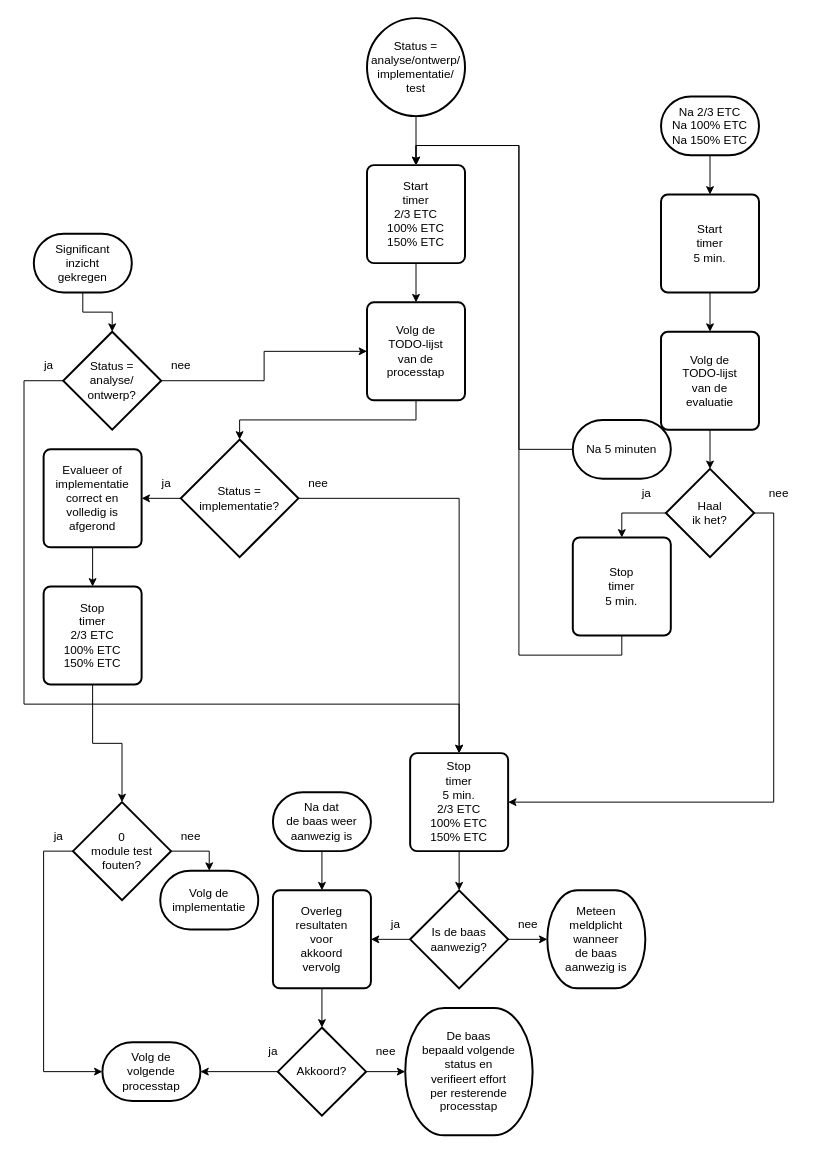
Earlier version of the draw.io diagram 2 Issue Tracker tijdtriggers.drawio (Zaibatsu89/IssueTracker). Source tidied: cells renumbered, new cells numbered last; positions are measured from the earlier drawing's top-left corner, leaving out a move shared by most shapes. Both pictures are drawn from the tidied source at 98%, with x=0, y=0 at pixel (24, 18).
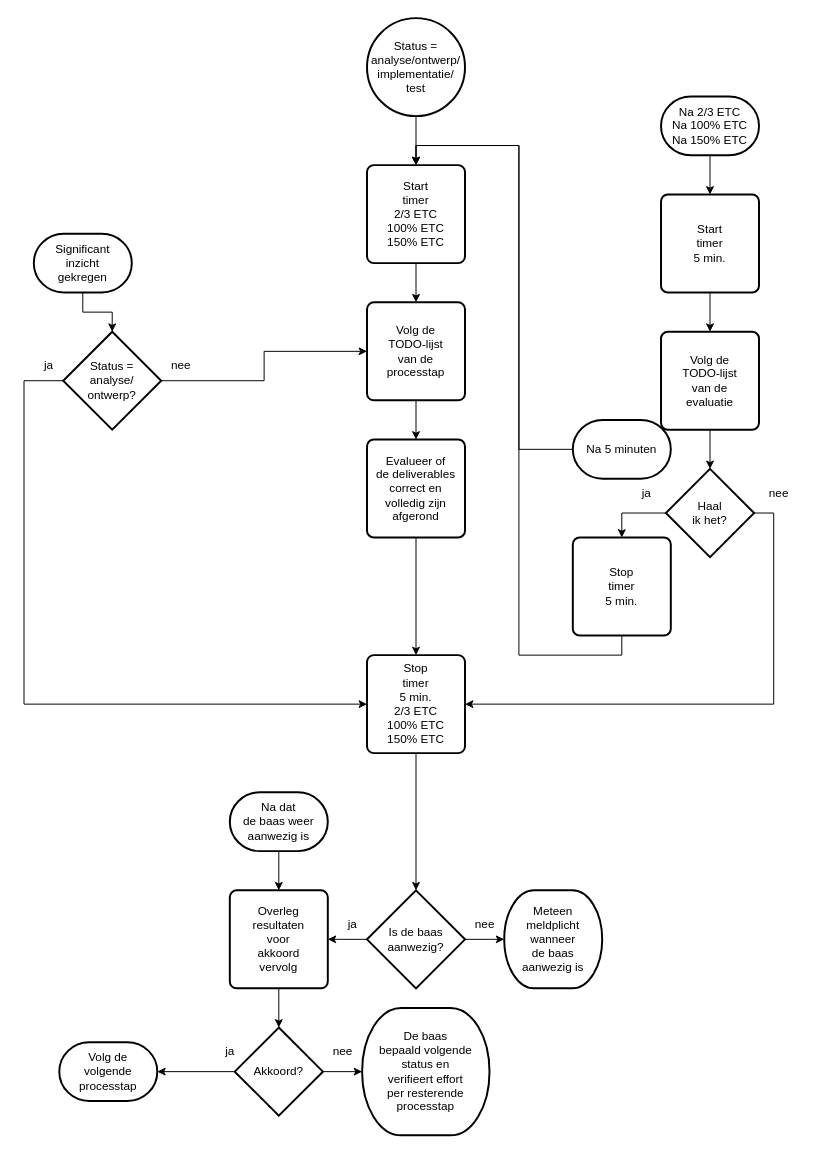
The same diagram, later.

Commit message:
implementatie check eruit -> altijd checken

The change refers to these unchanged cells:
```xml
<mxCell id="6" value="Volg de&lt;br&gt;TODO-lijst&lt;br&gt;van de&lt;br&gt;processtap" style="rounded=1;whiteSpace=wrap;html=1;absoluteArcSize=1;arcSize=14;strokeWidth=2;" parent="1" vertex="1">
  <mxGeometry x="350" y="290" width="100" height="100" as="geometry" />
</mxCell>
<mxCell id="45" value="Status =&lt;br&gt;analyse/&lt;br&gt;ontwerp?" style="strokeWidth=2;html=1;shape=mxgraph.flowchart.decision;whiteSpace=wrap;" parent="1" vertex="1">
  <mxGeometry x="40" y="320" width="100" height="100" as="geometry" />
</mxCell>
```

Diff of the diagram source:
```diff
@@
+    <mxCell id="66" style="edgeStyle=orthogonalEdgeStyle;rounded=0;jettySize=auto;html=1;entryX=0.5;entryY=0;entryDx=0;entryDy=0;" parent="1" edge="1" source="6" target="50">
+      <mxGeometry relative="1" as="geometry" />
+    </mxCell>
@@
     <mxCell id="7" value="Akkoord?" style="strokeWidth=2;html=1;shape=mxgraph.flowchart.decision;whiteSpace=wrap;" parent="1" vertex="1">
-      <mxGeometry x="259" y="1030" width="90" height="90" as="geometry" />
+      <mxGeometry x="215" y="1030" width="90" height="90" as="geometry" />
     </mxCell>
     <mxCell id="8" value="ja" style="text;html=1;align=center;verticalAlign=middle;strokeColor=none;fillColor=none;" parent="1" vertex="1">
-      <mxGeometry x="239" y="1040" width="30" height="30" as="geometry" />
+      <mxGeometry x="195" y="1040" width="30" height="30" as="geometry" />
     </mxCell>
     <mxCell id="9" value="Volg de&lt;br&gt;volgende&lt;br&gt;processtap" style="strokeWidth=2;html=1;shape=mxgraph.flowchart.terminator;whiteSpace=wrap;" parent="1" vertex="1">
-      <mxGeometry x="80" y="1045" width="100" height="60" as="geometry" />
+      <mxGeometry x="36" y="1045" width="100" height="60" as="geometry" />
     </mxCell>
     <mxCell id="10" value="De baas&lt;br&gt;bepaald volgende&lt;br&gt;status en&lt;br&gt;verifieert effort&lt;br&gt;per resterende&lt;br&gt;processtap" style="strokeWidth=2;html=1;shape=mxgraph.flowchart.terminator;whiteSpace=wrap;" parent="1" vertex="1">
-      <mxGeometry x="389" y="1010" width="130" height="130" as="geometry" />
+      <mxGeometry x="345" y="1010" width="130" height="130" as="geometry" />
     </mxCell>
     <mxCell id="11" value="nee" style="text;html=1;align=center;verticalAlign=middle;strokeColor=none;fillColor=none;" parent="1" vertex="1">
-      <mxGeometry x="349" y="1040" width="40" height="30" as="geometry" />
+      <mxGeometry x="305" y="1040" width="40" height="30" as="geometry" />
     </mxCell>
@@
     <mxCell id="17" value="Stop&lt;br&gt;timer&lt;br&gt;5 min.&lt;br&gt;2/3 ETC&lt;br&gt;100% ETC&lt;br&gt;150% ETC" style="rounded=1;whiteSpace=wrap;html=1;absoluteArcSize=1;arcSize=14;strokeWidth=2;" parent="1" vertex="1">
-      <mxGeometry x="394" y="750" width="100" height="100" as="geometry" />
+      <mxGeometry x="350" y="650" width="100" height="100" as="geometry" />
     </mxCell>
@@
     <mxCell id="33" value="Is de baas&lt;br&gt;aanwezig?" style="strokeWidth=2;html=1;shape=mxgraph.flowchart.decision;whiteSpace=wrap;" parent="1" vertex="1">
-      <mxGeometry x="394" y="890" width="100" height="100" as="geometry" />
+      <mxGeometry x="350" y="890" width="100" height="100" as="geometry" />
     </mxCell>
     <mxCell id="34" value="Meteen&lt;br&gt;meldplicht&lt;br&gt;wanneer&lt;br&gt;de baas&lt;br&gt;aanwezig is" style="strokeWidth=2;html=1;shape=mxgraph.flowchart.terminator;whiteSpace=wrap;" parent="1" vertex="1">
-      <mxGeometry x="534" y="890" width="100" height="100" as="geometry" />
+      <mxGeometry x="490" y="890" width="100" height="100" as="geometry" />
     </mxCell>
     <mxCell id="35" value="ja" style="text;html=1;align=center;verticalAlign=middle;strokeColor=none;fillColor=none;" parent="1" vertex="1">
-      <mxGeometry x="364" y="910" width="30" height="30" as="geometry" />
+      <mxGeometry x="320" y="910" width="30" height="30" as="geometry" />
     </mxCell>
     <mxCell id="36" value="nee" style="text;html=1;align=center;verticalAlign=middle;strokeColor=none;fillColor=none;" parent="1" vertex="1">
-      <mxGeometry x="494" y="910" width="40" height="30" as="geometry" />
+      <mxGeometry x="450" y="910" width="40" height="30" as="geometry" />
     </mxCell>
@@
     <mxCell id="38" value="Na dat&lt;br&gt;de baas weer aanwezig is" style="strokeWidth=2;html=1;shape=mxgraph.flowchart.terminator;whiteSpace=wrap;" parent="1" vertex="1">
-      <mxGeometry x="254" y="790" width="100" height="60" as="geometry" />
+      <mxGeometry x="210" y="790" width="100" height="60" as="geometry" />
     </mxCell>
     <mxCell id="39" value="Overleg&lt;div&gt;resultaten&lt;/div&gt;&lt;div&gt;voor&lt;/div&gt;&lt;div&gt;akkoord&lt;/div&gt;&lt;div&gt;vervolg&lt;/div&gt;" style="rounded=1;whiteSpace=wrap;html=1;absoluteArcSize=1;arcSize=14;strokeWidth=2;" parent="1" vertex="1">
-      <mxGeometry x="254" y="890" width="100" height="100" as="geometry" />
+      <mxGeometry x="210" y="890" width="100" height="100" as="geometry" />
     </mxCell>
@@
-    <mxCell id="44" style="edgeStyle=orthogonalEdgeStyle;rounded=0;jettySize=auto;html=1;exitX=0;exitY=0.5;exitDx=0;exitDy=0;exitPerimeter=0;entryX=0.5;entryY=0;entryDx=0;entryDy=0;" parent="1" edge="1" source="45" target="17">
+    <mxCell id="44" style="edgeStyle=orthogonalEdgeStyle;rounded=0;jettySize=auto;html=1;exitX=0;exitY=0.5;exitDx=0;exitDy=0;exitPerimeter=0;entryX=0;entryY=0.5;entryDx=0;entryDy=0;" parent="1" edge="1" source="45" target="17">
       <mxGeometry relative="1" as="geometry">
         <Array as="points">
           <mxPoint y="370" />
           <mxPoint y="700" />
-          <mxPoint x="444" y="700" />
         </Array>
       </mxGeometry>
     </mxCell>
@@
-    <mxCell id="49" style="edgeStyle=orthogonalEdgeStyle;rounded=0;jettySize=auto;html=1;" parent="1" edge="1" source="50" target="62">
-      <mxGeometry relative="1" as="geometry" />
-    </mxCell>
+    <mxCell id="67" style="edgeStyle=orthogonalEdgeStyle;rounded=0;jettySize=auto;html=1;entryX=0.5;entryY=0;entryDx=0;entryDy=0;" parent="1" edge="1" source="50" target="17">
+      <mxGeometry relative="1" as="geometry" />
+    </mxCell>
-    <mxCell id="50" value="Evalueer of&lt;br&gt;implementatie&lt;br&gt;correct en&lt;br&gt;volledig is&lt;br&gt;afgerond" style="rounded=1;whiteSpace=wrap;html=1;absoluteArcSize=1;arcSize=14;strokeWidth=2;" parent="1" vertex="1">
-      <mxGeometry x="20" y="440" width="100" height="100" as="geometry" />
+    <mxCell id="50" value="Evalueer of&lt;br&gt;de deliverables&lt;br&gt;correct en&lt;br&gt;volledig zijn&lt;br&gt;afgerond" style="rounded=1;whiteSpace=wrap;html=1;absoluteArcSize=1;arcSize=14;strokeWidth=2;" parent="1" vertex="1">
+      <mxGeometry x="350" y="430" width="100" height="100" as="geometry" />
     </mxCell>
-    <mxCell id="51" style="edgeStyle=orthogonalEdgeStyle;rounded=0;jettySize=auto;html=1;exitX=1;exitY=0.5;exitDx=0;exitDy=0;exitPerimeter=0;" parent="1" edge="1" source="52" target="61">
-      <mxGeometry relative="1" as="geometry" />
-    </mxCell>
-    <mxCell id="52" value="0&lt;br&gt;module test&lt;br&gt;fouten?" style="strokeWidth=2;html=1;shape=mxgraph.flowchart.decision;whiteSpace=wrap;" parent="1" vertex="1">
-      <mxGeometry x="50" y="800" width="100" height="100" as="geometry" />
-    </mxCell>
-    <mxCell id="53" style="edgeStyle=orthogonalEdgeStyle;rounded=0;jettySize=auto;html=1;entryX=0;entryY=0.5;entryDx=0;entryDy=0;entryPerimeter=0;exitX=0;exitY=0.5;exitDx=0;exitDy=0;exitPerimeter=0;" parent="1" edge="1" source="52" target="9">
-      <mxGeometry relative="1" as="geometry">
-        <Array as="points">
-          <mxPoint x="20" y="850" />
-          <mxPoint x="20" y="1075" />
-        </Array>
-      </mxGeometry>
-    </mxCell>
-    <mxCell id="54" value="ja" style="text;html=1;align=center;verticalAlign=middle;strokeColor=none;fillColor=none;" parent="1" vertex="1">
-      <mxGeometry x="20" y="820" width="30" height="30" as="geometry" />
-    </mxCell>
-    <mxCell id="55" value="nee" style="text;html=1;align=center;verticalAlign=middle;strokeColor=none;fillColor=none;" parent="1" vertex="1">
-      <mxGeometry x="150" y="820" width="40" height="30" as="geometry" />
-    </mxCell>
-    <mxCell id="56" style="edgeStyle=orthogonalEdgeStyle;rounded=0;jettySize=auto;html=1;exitX=0;exitY=0.5;exitDx=0;exitDy=0;exitPerimeter=0;entryX=1;entryY=0.5;entryDx=0;entryDy=0;" parent="1" edge="1" source="58" target="50">
-      <mxGeometry relative="1" as="geometry" />
-    </mxCell>
-    <mxCell id="57" style="edgeStyle=orthogonalEdgeStyle;rounded=0;jettySize=auto;html=1;exitX=1;exitY=0.5;exitDx=0;exitDy=0;exitPerimeter=0;entryX=0.5;entryY=0;entryDx=0;entryDy=0;" parent="1" edge="1" source="58" target="17">
-      <mxGeometry relative="1" as="geometry" />
-    </mxCell>
-    <mxCell id="58" value="Status =&lt;br&gt;implementatie?" style="strokeWidth=2;html=1;shape=mxgraph.flowchart.decision;whiteSpace=wrap;" parent="1" vertex="1">
-      <mxGeometry x="160" y="430" width="120" height="120" as="geometry" />
-    </mxCell>
-    <mxCell id="59" value="nee" style="text;html=1;align=center;verticalAlign=middle;strokeColor=none;fillColor=none;" parent="1" vertex="1">
-      <mxGeometry x="280" y="460" width="40" height="30" as="geometry" />
-    </mxCell>
-    <mxCell id="60" value="ja" style="text;html=1;align=center;verticalAlign=middle;strokeColor=none;fillColor=none;" parent="1" vertex="1">
-      <mxGeometry x="130" y="460" width="30" height="30" as="geometry" />
-    </mxCell>
-    <mxCell id="61" value="Volg de&lt;br&gt;implementatie" style="strokeWidth=2;html=1;shape=mxgraph.flowchart.terminator;whiteSpace=wrap;" parent="1" vertex="1">
-      <mxGeometry x="139" y="870" width="100" height="60" as="geometry" />
-    </mxCell>
-    <mxCell id="62" value="Stop&lt;br&gt;timer&lt;br&gt;2/3 ETC&lt;br&gt;100% ETC&lt;br&gt;150% ETC" style="rounded=1;whiteSpace=wrap;html=1;absoluteArcSize=1;arcSize=14;strokeWidth=2;" parent="1" vertex="1">
-      <mxGeometry x="20" y="580" width="100" height="100" as="geometry" />
-    </mxCell>
-    <mxCell id="63" style="edgeStyle=orthogonalEdgeStyle;rounded=0;jettySize=auto;html=1;exitX=0.5;exitY=1;exitDx=0;exitDy=0;entryX=0.5;entryY=0;entryDx=0;entryDy=0;entryPerimeter=0;" parent="1" edge="1" source="62" target="52">
-      <mxGeometry relative="1" as="geometry" />
-    </mxCell>
@@
-    <mxCell id="65" style="edgeStyle=orthogonalEdgeStyle;rounded=0;jettySize=auto;html=1;entryX=0.5;entryY=0;entryDx=0;entryDy=0;entryPerimeter=0;" parent="1" edge="1" source="6" target="58">
-      <mxGeometry relative="1" as="geometry">
-        <Array as="points">
-          <mxPoint x="400" y="410" />
-          <mxPoint x="220" y="410" />
-        </Array>
-      </mxGeometry>
-    </mxCell>
```
